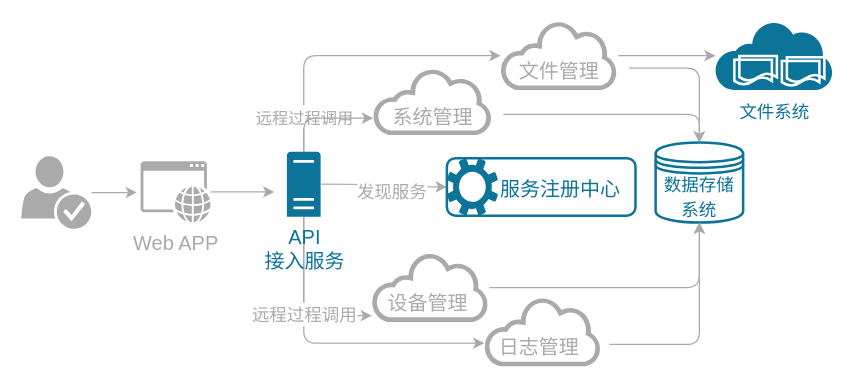
Earlier version of the draw.io diagram page "support" (4 of 4) of framework.drawio (waterwatermelon/graph). Source tidied: cells renumbered, new cells numbered last; positions are measured from the earlier drawing's top-left corner, leaving out a move shared by most shapes. Both pictures are drawn from the tidied source at 125%, with x=0, y=0 at pixel (21, 20).
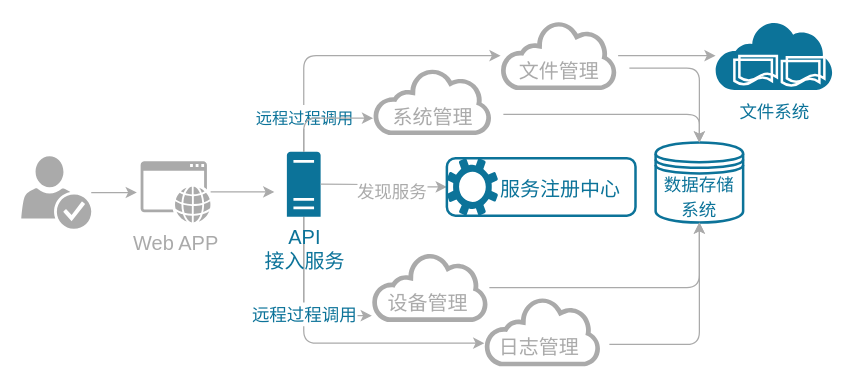
The same page after the edit.

The change refers to these unchanged cells:
```xml
<mxCell id="2" style="edgeStyle=orthogonalEdgeStyle;rounded=1;jettySize=auto;html=1;strokeColor=#aaa;fontSize=16;" parent="1" edge="1" source="6" target="40">
  <mxGeometry relative="1" as="geometry">
    <Array as="points">
      <mxPoint x="226" y="28" />
    </Array>
  </mxGeometry>
</mxCell>
```

The edit, as a diff of the source:
```diff
@@
-    <mxCell id="3" value="&lt;font style=&quot;font-size: 13px&quot;&gt;远程过程调用&lt;/font&gt;" style="text;html=1;align=center;verticalAlign=middle;labelBackgroundColor=#ffffff;fontSize=16;fontColor=#aaa;" parent="2" vertex="1">
+    <mxCell id="3" value="&lt;font style=&quot;font-size: 13px&quot;&gt;远程过程调用&lt;/font&gt;" style="text;html=1;align=center;verticalAlign=middle;labelBackgroundColor=#ffffff;fontSize=16;fontColor=#0C7399;" parent="2" vertex="1">
       <mxGeometry x="-0.58" y="-2" relative="1" as="geometry">
         <mxPoint x="-2.5" y="21" as="offset" />
       </mxGeometry>
     </mxCell>
@@
-    <mxCell id="26" value="&lt;font style=&quot;font-size: 14px&quot;&gt;远程过程调用&lt;/font&gt;" style="text;html=1;align=center;verticalAlign=middle;labelBackgroundColor=#ffffff;fontSize=16;fontColor=#aaa;" parent="1" vertex="1">
+    <mxCell id="26" value="&lt;font style=&quot;font-size: 14px&quot;&gt;远程过程调用&lt;/font&gt;" style="text;html=1;align=center;verticalAlign=middle;labelBackgroundColor=#ffffff;fontSize=16;fontColor=#0C7399;" parent="1" vertex="1">
       <mxGeometry x="228" y="213.3" as="geometry">
         <mxPoint x="-2.5" y="21" as="offset" />
       </mxGeometry>
     </mxCell>
```
